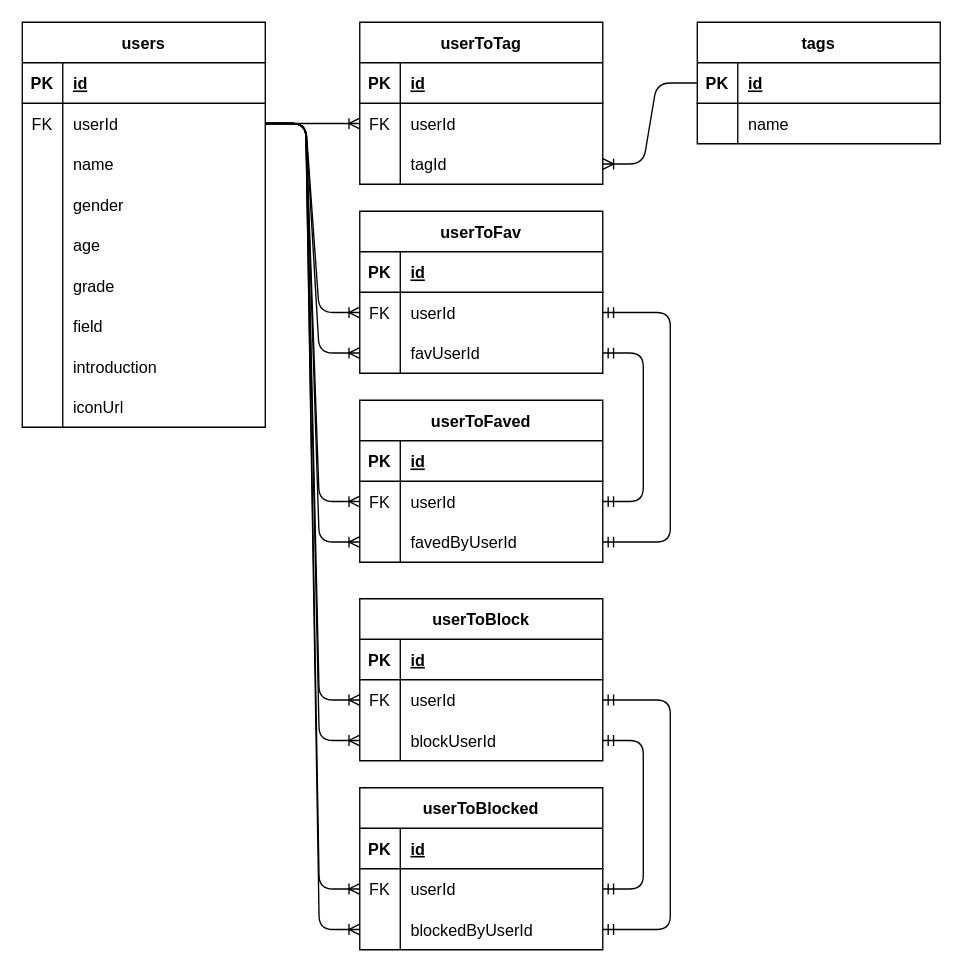
Above: er.dio in tsuki917/swagger-nitechhub (draw.io), before the change. Source tidied: cells renumbered, new cells numbered last; positions are measured from the earlier drawing's top-left corner, leaving out a move shared by most shapes. Both pictures are drawn from the tidied source at 135%, with x=0, y=0 at pixel (22, 22).
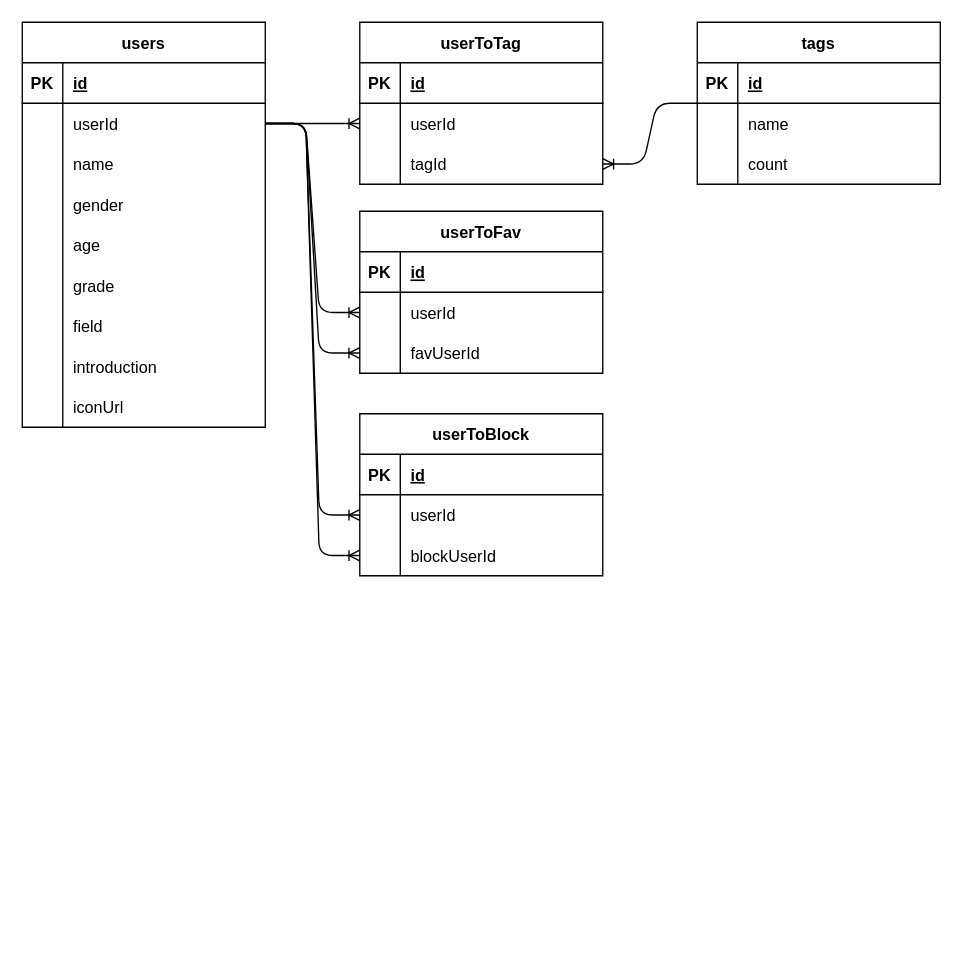
The same page after the edit.

The change refers to these unchanged cells:
```xml
<mxCell id="13" style="shape=tableRow;horizontal=0;startSize=0;swimlaneHead=0;swimlaneBody=0;fillColor=none;points=[[0,0.5],[1,0.5]];portConstraint=eastwest;top=0;left=0;right=0;bottom=0;" parent="9" vertex="1">
  <mxGeometry y="60" width="180" height="30" as="geometry" />
</mxCell>
<mxCell id="41" style="shape=tableRow;horizontal=0;startSize=0;swimlaneHead=0;swimlaneBody=0;fillColor=none;points=[[0,0.5],[1,0.5]];portConstraint=eastwest;top=0;left=0;right=0;bottom=0;" parent="37" vertex="1">
  <mxGeometry y="60" width="180" height="30" as="geometry" />
</mxCell>
<mxCell id="44" style="shape=tableRow;horizontal=0;startSize=0;swimlaneHead=0;swimlaneBody=0;fillColor=none;points=[[0,0.5],[1,0.5]];portConstraint=eastwest;top=0;left=0;right=0;bottom=0;" parent="37" vertex="1">
  <mxGeometry y="90" width="180" height="30" as="geometry" />
</mxCell>
<mxCell id="61" style="shape=tableRow;horizontal=0;startSize=0;swimlaneHead=0;swimlaneBody=0;fillColor=none;points=[[0,0.5],[1,0.5]];portConstraint=eastwest;top=0;left=0;right=0;bottom=0;" parent="57" vertex="1">
  <mxGeometry y="60" width="180" height="30" as="geometry" />
</mxCell>
<mxCell id="64" style="shape=tableRow;horizontal=0;startSize=0;swimlaneHead=0;swimlaneBody=0;fillColor=none;points=[[0,0.5],[1,0.5]];portConstraint=eastwest;top=0;left=0;right=0;bottom=0;" parent="57" vertex="1">
  <mxGeometry y="90" width="180" height="30" as="geometry" />
</mxCell>
<mxCell id="81" style="shape=tableRow;horizontal=0;startSize=0;swimlaneHead=0;swimlaneBody=0;fillColor=none;points=[[0,0.5],[1,0.5]];portConstraint=eastwest;top=0;left=0;right=0;bottom=0;" parent="77" vertex="1">
  <mxGeometry y="60" width="180" height="30" as="geometry" />
</mxCell>
```

Diff of the diagram source:
```diff
@@
     <mxCell id="2" value="tags" style="shape=table;startSize=30;childLayout=tableLayout;rowLines=0;fontStyle=1;align=center;" parent="1" vertex="1">
-      <mxGeometry x="500" width="180" height="90" as="geometry" />
+      <mxGeometry x="500" width="180" height="120" as="geometry" />
     </mxCell>
@@
+    <mxCell id="101" style="shape=tableRow;horizontal=0;startSize=0;swimlaneHead=0;swimlaneBody=0;fillColor=none;top=0;left=0;right=0;bottom=0;" parent="2" vertex="1">
+      <mxGeometry y="90" width="180" height="30" as="geometry" />
+    </mxCell>
+    <mxCell id="102" style="shape=partialRectangle;fillColor=none;top=0;left=0;bottom=0;right=0;overflow=hidden;" parent="101" vertex="1">
+      <mxGeometry width="30" height="30" as="geometry" />
+    </mxCell>
+    <mxCell id="103" value="count" style="shape=partialRectangle;fillColor=none;top=0;left=0;bottom=0;right=0;align=left;spacingLeft=6;overflow=hidden;" parent="101" vertex="1">
+      <mxGeometry x="30" width="150" height="30" as="geometry" />
+    </mxCell>
@@
-    <mxCell id="14" value="FK" style="shape=partialRectangle;fillColor=none;top=0;left=0;bottom=0;right=0;overflow=hidden;" parent="13" vertex="1">
+    <mxCell id="14" style="shape=partialRectangle;fillColor=none;top=0;left=0;bottom=0;right=0;overflow=hidden;" parent="13" vertex="1">
       <mxGeometry width="30" height="30" as="geometry" />
     </mxCell>
@@
-    <mxCell id="42" value="FK" style="shape=partialRectangle;fillColor=none;top=0;left=0;bottom=0;right=0;overflow=hidden;" parent="41" vertex="1">
+    <mxCell id="42" style="shape=partialRectangle;fillColor=none;top=0;left=0;bottom=0;right=0;overflow=hidden;" parent="41" vertex="1">
       <mxGeometry width="30" height="30" as="geometry" />
     </mxCell>
@@
-    <mxCell id="47" value="userToFaved" style="shape=table;startSize=30;childLayout=tableLayout;rowLines=0;fontStyle=1;align=center;" parent="1" vertex="1">
-      <mxGeometry x="250" y="280" width="180" height="120" as="geometry" />
-    </mxCell>
-    <mxCell id="48" style="shape=tableRow;horizontal=0;startSize=0;swimlaneHead=0;swimlaneBody=0;fillColor=none;top=0;left=0;right=0;bottom=1;" parent="47" vertex="1">
-      <mxGeometry y="30" width="180" height="30" as="geometry" />
-    </mxCell>
-    <mxCell id="49" value="PK" style="shape=partialRectangle;fillColor=none;top=0;left=0;bottom=0;right=0;fontStyle=1;overflow=hidden;" parent="48" vertex="1">
-      <mxGeometry width="30" height="30" as="geometry" />
-    </mxCell>
-    <mxCell id="50" value="id" style="shape=partialRectangle;fillColor=none;top=0;left=0;bottom=0;right=0;align=left;spacingLeft=6;fontStyle=5;overflow=hidden;" parent="48" vertex="1">
-      <mxGeometry x="30" width="150" height="30" as="geometry" />
-    </mxCell>
-    <mxCell id="51" style="shape=tableRow;horizontal=0;startSize=0;swimlaneHead=0;swimlaneBody=0;fillColor=none;points=[[0,0.5],[1,0.5]];portConstraint=eastwest;top=0;left=0;right=0;bottom=0;" parent="47" vertex="1">
-      <mxGeometry y="60" width="180" height="30" as="geometry" />
-    </mxCell>
-    <mxCell id="52" value="FK" style="shape=partialRectangle;fillColor=none;top=0;left=0;bottom=0;right=0;overflow=hidden;" parent="51" vertex="1">
-      <mxGeometry width="30" height="30" as="geometry" />
-    </mxCell>
-    <mxCell id="53" value="userId" style="shape=partialRectangle;fillColor=none;top=0;left=0;bottom=0;right=0;align=left;spacingLeft=6;overflow=hidden;" parent="51" vertex="1">
-      <mxGeometry x="30" width="150" height="30" as="geometry" />
-    </mxCell>
-    <mxCell id="54" style="shape=tableRow;horizontal=0;startSize=0;swimlaneHead=0;swimlaneBody=0;fillColor=none;points=[[0,0.5],[1,0.5]];portConstraint=eastwest;top=0;left=0;right=0;bottom=0;" parent="47" vertex="1">
-      <mxGeometry y="90" width="180" height="30" as="geometry" />
-    </mxCell>
-    <mxCell id="55" style="shape=partialRectangle;fillColor=none;top=0;left=0;bottom=0;right=0;overflow=hidden;" parent="54" vertex="1">
-      <mxGeometry width="30" height="30" as="geometry" />
-    </mxCell>
-    <mxCell id="56" value="favedByUserId" style="shape=partialRectangle;fillColor=none;top=0;left=0;bottom=0;right=0;align=left;spacingLeft=6;overflow=hidden;" parent="54" vertex="1">
-      <mxGeometry x="30" width="150" height="30" as="geometry" />
-    </mxCell>
     <mxCell id="57" value="userToBlock" style="shape=table;startSize=30;childLayout=tableLayout;rowLines=0;fontStyle=1;align=center;" parent="1" vertex="1">
-      <mxGeometry x="250" y="427" width="180" height="120" as="geometry" />
+      <mxGeometry x="250" y="290" width="180" height="120" as="geometry" />
     </mxCell>
@@
-    <mxCell id="62" value="FK" style="shape=partialRectangle;fillColor=none;top=0;left=0;bottom=0;right=0;overflow=hidden;" parent="61" vertex="1">
+    <mxCell id="62" style="shape=partialRectangle;fillColor=none;top=0;left=0;bottom=0;right=0;overflow=hidden;" parent="61" vertex="1">
       <mxGeometry width="30" height="30" as="geometry" />
     </mxCell>
@@
-    <mxCell id="67" value="userToBlocked" style="shape=table;startSize=30;childLayout=tableLayout;rowLines=0;fontStyle=1;align=center;" parent="1" vertex="1">
-      <mxGeometry x="250" y="567" width="180" height="120" as="geometry" />
-    </mxCell>
-    <mxCell id="68" style="shape=tableRow;horizontal=0;startSize=0;swimlaneHead=0;swimlaneBody=0;fillColor=none;top=0;left=0;right=0;bottom=1;" parent="67" vertex="1">
-      <mxGeometry y="30" width="180" height="30" as="geometry" />
-    </mxCell>
-    <mxCell id="69" value="PK" style="shape=partialRectangle;fillColor=none;top=0;left=0;bottom=0;right=0;fontStyle=1;overflow=hidden;" parent="68" vertex="1">
-      <mxGeometry width="30" height="30" as="geometry" />
-    </mxCell>
-    <mxCell id="70" value="id" style="shape=partialRectangle;fillColor=none;top=0;left=0;bottom=0;right=0;align=left;spacingLeft=6;fontStyle=5;overflow=hidden;" parent="68" vertex="1">
-      <mxGeometry x="30" width="150" height="30" as="geometry" />
-    </mxCell>
-    <mxCell id="71" style="shape=tableRow;horizontal=0;startSize=0;swimlaneHead=0;swimlaneBody=0;fillColor=none;points=[[0,0.5],[1,0.5]];portConstraint=eastwest;top=0;left=0;right=0;bottom=0;" parent="67" vertex="1">
-      <mxGeometry y="60" width="180" height="30" as="geometry" />
-    </mxCell>
-    <mxCell id="72" value="FK" style="shape=partialRectangle;fillColor=none;top=0;left=0;bottom=0;right=0;overflow=hidden;" parent="71" vertex="1">
-      <mxGeometry width="30" height="30" as="geometry" />
-    </mxCell>
-    <mxCell id="73" value="userId" style="shape=partialRectangle;fillColor=none;top=0;left=0;bottom=0;right=0;align=left;spacingLeft=6;overflow=hidden;" parent="71" vertex="1">
-      <mxGeometry x="30" width="150" height="30" as="geometry" />
-    </mxCell>
-    <mxCell id="74" style="shape=tableRow;horizontal=0;startSize=0;swimlaneHead=0;swimlaneBody=0;fillColor=none;points=[[0,0.5],[1,0.5]];portConstraint=eastwest;top=0;left=0;right=0;bottom=0;" parent="67" vertex="1">
-      <mxGeometry y="90" width="180" height="30" as="geometry" />
-    </mxCell>
-    <mxCell id="75" style="shape=partialRectangle;fillColor=none;top=0;left=0;bottom=0;right=0;overflow=hidden;" parent="74" vertex="1">
-      <mxGeometry width="30" height="30" as="geometry" />
-    </mxCell>
-    <mxCell id="76" value="blockedByUserId" style="shape=partialRectangle;fillColor=none;top=0;left=0;bottom=0;right=0;align=left;spacingLeft=6;overflow=hidden;" parent="74" vertex="1">
-      <mxGeometry x="30" width="150" height="30" as="geometry" />
-    </mxCell>
@@
-    <mxCell id="82" value="FK" style="shape=partialRectangle;fillColor=none;top=0;left=0;bottom=0;right=0;overflow=hidden;" parent="81" vertex="1">
+    <mxCell id="82" style="shape=partialRectangle;fillColor=none;top=0;left=0;bottom=0;right=0;overflow=hidden;" parent="81" vertex="1">
       <mxGeometry width="30" height="30" as="geometry" />
     </mxCell>
@@
-    <mxCell id="90" style="edgeStyle=entityRelationEdgeStyle;fontSize=12;html=1;endArrow=ERoneToMany;entryX=0;entryY=0.5;entryDx=0;entryDy=0;exitX=1;exitY=0.5;exitDx=0;exitDy=0;" parent="1" edge="1" source="13" target="51">
-      <mxGeometry relative="1" as="geometry" />
-    </mxCell>
-    <mxCell id="91" style="edgeStyle=entityRelationEdgeStyle;fontSize=12;html=1;endArrow=ERoneToMany;entryX=0;entryY=0.5;entryDx=0;entryDy=0;exitX=1;exitY=0.5;exitDx=0;exitDy=0;" parent="1" edge="1" source="13" target="71">
-      <mxGeometry relative="1" as="geometry" />
-    </mxCell>
@@
-    <mxCell id="94" style="edgeStyle=entityRelationEdgeStyle;fontSize=12;html=1;endArrow=ERoneToMany;entryX=0;entryY=0.5;entryDx=0;entryDy=0;exitX=1;exitY=0.5;exitDx=0;exitDy=0;" parent="1" edge="1" source="13" target="54">
-      <mxGeometry relative="1" as="geometry" />
-    </mxCell>
@@
-    <mxCell id="96" style="edgeStyle=entityRelationEdgeStyle;fontSize=12;html=1;endArrow=ERoneToMany;entryX=0;entryY=0.5;entryDx=0;entryDy=0;exitX=1;exitY=0.5;exitDx=0;exitDy=0;" parent="1" edge="1" source="13" target="74">
-      <mxGeometry relative="1" as="geometry" />
-    </mxCell>
-    <mxCell id="97" style="edgeStyle=elbowEdgeStyle;fontSize=12;html=1;endArrow=ERmandOne;startArrow=ERmandOne;entryX=1;entryY=0.5;entryDx=0;entryDy=0;exitX=1;exitY=0.5;exitDx=0;exitDy=0;" parent="1" edge="1" source="54" target="41">
-      <mxGeometry relative="1" as="geometry">
-        <Array as="points">
-          <mxPoint x="480" y="310" />
-        </Array>
-      </mxGeometry>
-    </mxCell>
-    <mxCell id="98" style="edgeStyle=elbowEdgeStyle;fontSize=12;html=1;endArrow=ERmandOne;startArrow=ERmandOne;entryX=1;entryY=0.5;entryDx=0;entryDy=0;exitX=1;exitY=0.5;exitDx=0;exitDy=0;" parent="1" edge="1" source="74" target="61">
-      <mxGeometry relative="1" as="geometry">
-        <Array as="points">
-          <mxPoint x="480" y="590" />
-        </Array>
-      </mxGeometry>
-    </mxCell>
-    <mxCell id="99" style="edgeStyle=entityRelationEdgeStyle;fontSize=12;html=1;endArrow=ERmandOne;startArrow=ERmandOne;entryX=1;entryY=0.5;entryDx=0;entryDy=0;exitX=1;exitY=0.5;exitDx=0;exitDy=0;" parent="1" edge="1" source="51" target="44">
-      <mxGeometry relative="1" as="geometry" />
-    </mxCell>
-    <mxCell id="100" style="edgeStyle=entityRelationEdgeStyle;fontSize=12;html=1;endArrow=ERmandOne;startArrow=ERmandOne;entryX=1;entryY=0.5;entryDx=0;entryDy=0;exitX=1;exitY=0.5;exitDx=0;exitDy=0;" parent="1" edge="1" source="71" target="64">
-      <mxGeometry relative="1" as="geometry" />
-    </mxCell>
```
